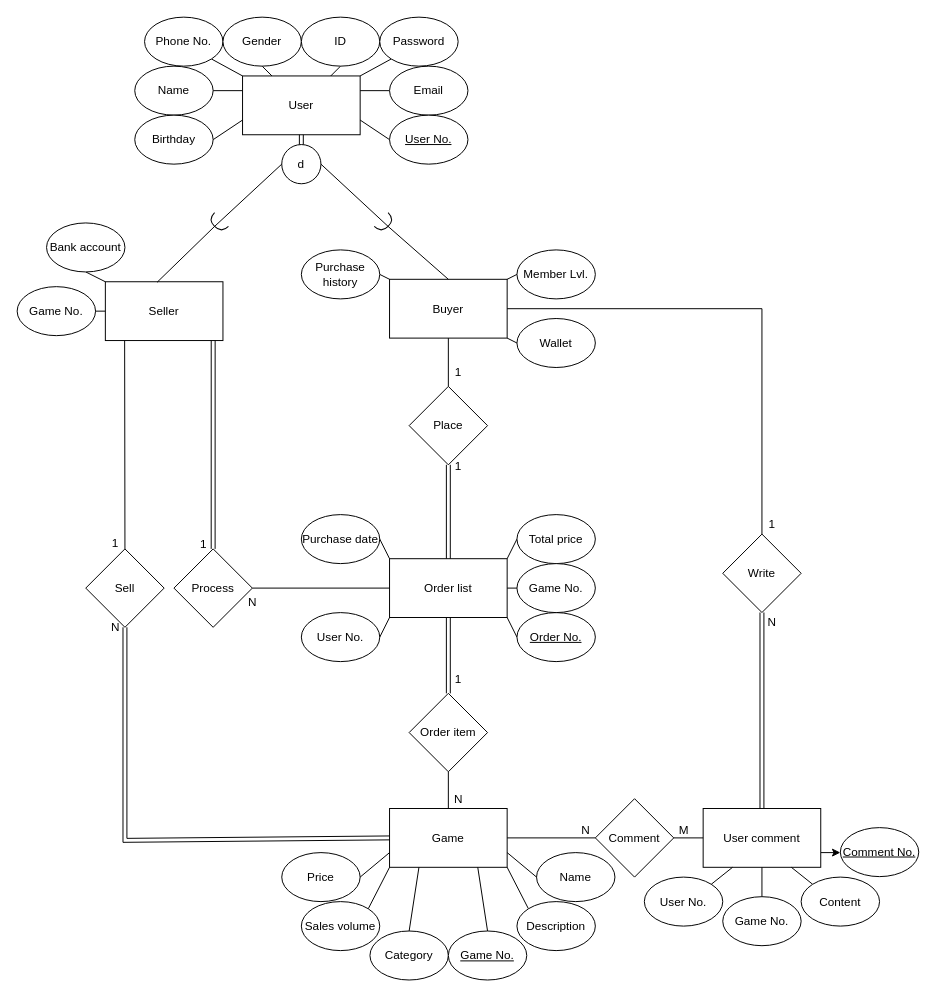
This is page "ER Diagram" (2 of 3) of DBMS.drawio from 13urgerKing/109-1DBMS, a draw.io file, before an edit. Source tidied: cells renumbered, new cells numbered last; positions are measured from the earlier drawing's top-left corner, leaving out a move shared by most shapes. Both pictures are drawn from the tidied source at 98%, with x=0, y=0 at pixel (17, 17).
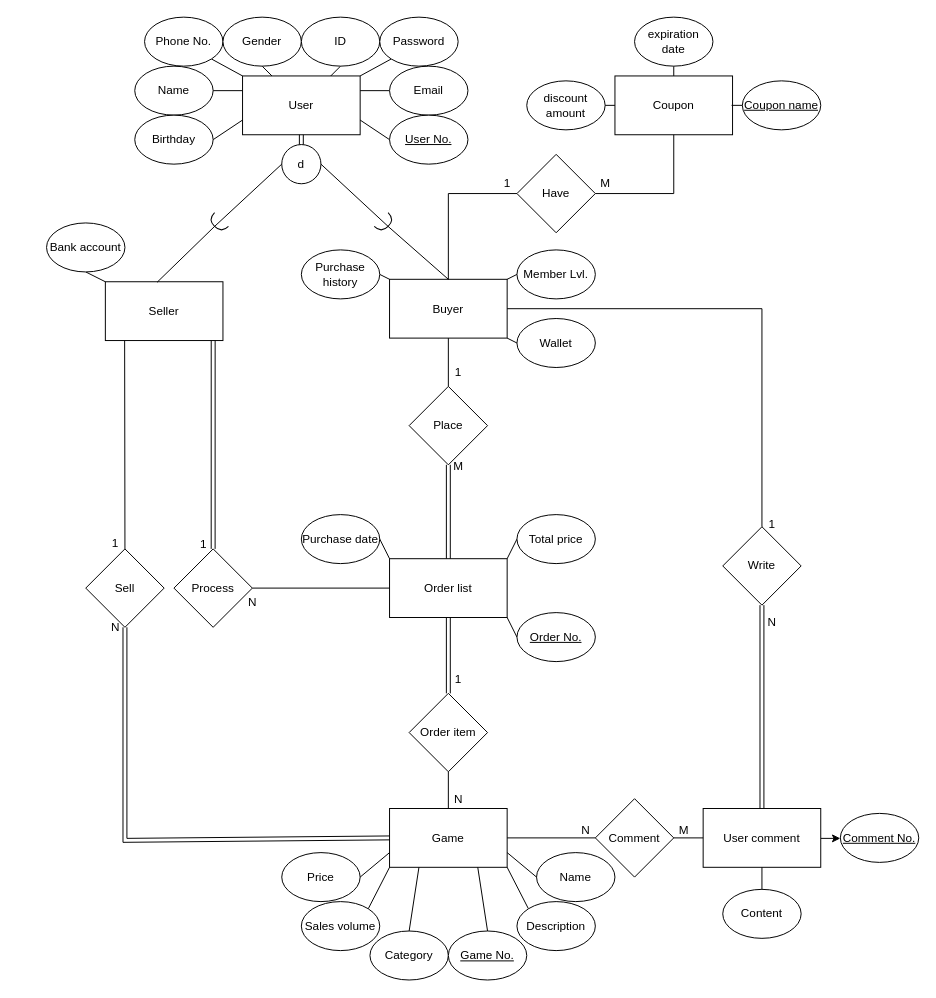
The same page after the edit.

The change refers to these unchanged cells:
```xml
<mxCell id="5" value="Seller" style="rounded=0;whiteSpace=wrap;html=1;" parent="1" vertex="1">
  <mxGeometry x="90" y="270" width="120" height="60" as="geometry" />
</mxCell>
<mxCell id="7" value="Buyer" style="rounded=0;whiteSpace=wrap;html=1;" parent="1" vertex="1">
  <mxGeometry x="380" y="267.5" width="120" height="60" as="geometry" />
</mxCell>
<mxCell id="27" value="Order list" style="rounded=0;whiteSpace=wrap;html=1;" parent="1" vertex="1">
  <mxGeometry x="380" y="552.6" width="120" height="60" as="geometry" />
</mxCell>
<mxCell id="78" value="User comment" style="rounded=0;whiteSpace=wrap;html=1;" parent="1" vertex="1">
  <mxGeometry x="700" y="807.5" width="120" height="60" as="geometry" />
</mxCell>
```

What changed in the source:
```diff
@@
-    <mxCell id="38" style="edgeStyle=none;rounded=0;jettySize=auto;html=1;exitX=1;exitY=0.5;exitDx=0;exitDy=0;entryX=0;entryY=1;entryDx=0;entryDy=0;startArrow=none;startFill=0;endArrow=none;endFill=0;" parent="1" edge="1" source="39" target="27">
-      <mxGeometry x="50" y="-74.9" as="geometry" />
-    </mxCell>
-    <mxCell id="39" value="User No." style="ellipse;whiteSpace=wrap;html=1;" parent="1" vertex="1">
-      <mxGeometry x="290" y="607.6" width="80" height="50" as="geometry" />
-    </mxCell>
@@
-    <mxCell id="59" style="edgeStyle=none;rounded=0;jettySize=auto;html=1;exitX=0;exitY=0.5;exitDx=0;exitDy=0;entryX=1;entryY=0.5;entryDx=0;entryDy=0;endArrow=none;endFill=0;" parent="1" edge="1" source="60" target="27">
-      <mxGeometry relative="1" as="geometry" />
-    </mxCell>
-    <mxCell id="60" value="Game No." style="ellipse;whiteSpace=wrap;html=1;fontStyle=0;" parent="1" vertex="1">
-      <mxGeometry x="510" y="557.6" width="80" height="50" as="geometry" />
-    </mxCell>
@@
-    <mxCell id="70" value="1" style="text;html=1;align=center;verticalAlign=middle;" parent="1" vertex="1">
-      <mxGeometry x="440" y="449.2" width="20" height="20" as="geometry" />
+    <mxCell id="70" value="M" style="text;html=1;align=center;verticalAlign=middle;" parent="1" vertex="1">
+      <mxGeometry x="435" y="449.2" width="30" height="20" as="geometry" />
     </mxCell>
@@
-    <mxCell id="74" style="edgeStyle=none;rounded=0;jettySize=auto;html=1;exitX=1;exitY=0.5;exitDx=0;exitDy=0;entryX=0;entryY=0.5;entryDx=0;entryDy=0;startArrow=none;startFill=0;endArrow=none;endFill=0;" parent="1" edge="1" source="75" target="5">
-      <mxGeometry as="geometry" />
-    </mxCell>
-    <mxCell id="75" value="Game No." style="ellipse;whiteSpace=wrap;html=1;fontStyle=0;" parent="1" vertex="1">
-      <mxGeometry y="275" width="80" height="50" as="geometry" />
-    </mxCell>
-    <mxCell id="76" value="User No." style="ellipse;whiteSpace=wrap;html=1;" parent="1" vertex="1">
-      <mxGeometry x="640" y="877.5" width="80" height="50" as="geometry" />
-    </mxCell>
-    <mxCell id="77" style="edgeStyle=orthogonalEdgeStyle;rounded=0;jettySize=auto;html=1;exitX=1;exitY=0.75;exitDx=0;exitDy=0;entryX=0;entryY=0.5;entryDx=0;entryDy=0;" parent="1" edge="1" source="78" target="97">
-      <mxGeometry relative="1" as="geometry" />
+    <mxCell id="77" style="edgeStyle=orthogonalEdgeStyle;rounded=0;jettySize=auto;html=1;exitX=1;exitY=0.75;exitDx=0;exitDy=0;entryX=0;entryY=0.5;entryDx=0;entryDy=0;" parent="1" edge="1" target="97">
+      <mxGeometry relative="1" as="geometry">
+        <mxPoint x="820" y="838" as="sourcePoint" />
+      </mxGeometry>
     </mxCell>
@@
-    <mxCell id="80" style="edgeStyle=none;rounded=0;jettySize=auto;html=1;exitX=1;exitY=0;exitDx=0;exitDy=0;entryX=0.25;entryY=1;entryDx=0;entryDy=0;endArrow=none;endFill=0;" parent="1" edge="1" source="76" target="78">
-      <mxGeometry x="50" as="geometry" />
-    </mxCell>
-    <mxCell id="81" style="edgeStyle=none;rounded=0;jettySize=auto;html=1;exitX=0.5;exitY=0;exitDx=0;exitDy=0;entryX=0.5;entryY=1;entryDx=0;entryDy=0;endArrow=none;endFill=0;" parent="1" edge="1" source="82" target="78">
-      <mxGeometry x="50" as="geometry" />
-    </mxCell>
-    <mxCell id="82" value="Game No." style="ellipse;whiteSpace=wrap;html=1;fontStyle=0;" parent="1" vertex="1">
-      <mxGeometry x="720" y="897.5" width="80" height="50" as="geometry" />
-    </mxCell>
@@
     <mxCell id="84" value="Write" style="rhombus;whiteSpace=wrap;html=1;" parent="1" vertex="1">
-      <mxGeometry x="720" y="527.5" width="80" height="80" as="geometry" />
+      <mxGeometry x="720" y="520" width="80" height="80" as="geometry" />
     </mxCell>
@@
-    <mxCell id="86" style="edgeStyle=none;rounded=0;jettySize=auto;html=1;exitX=0;exitY=0;exitDx=0;exitDy=0;entryX=0.75;entryY=1;entryDx=0;entryDy=0;endArrow=none;endFill=0;" parent="1" edge="1" source="87" target="78">
+    <mxCell id="86" style="edgeStyle=none;rounded=0;jettySize=auto;html=1;exitX=0.5;exitY=0;exitDx=0;exitDy=0;entryX=0.5;entryY=1;entryDx=0;entryDy=0;endArrow=none;endFill=0;" parent="1" edge="1" source="87" target="78">
       <mxGeometry x="50" as="geometry" />
     </mxCell>
     <mxCell id="87" value="Content" style="ellipse;whiteSpace=wrap;html=1;" parent="1" vertex="1">
-      <mxGeometry x="800" y="877.5" width="80" height="50" as="geometry" />
+      <mxGeometry x="720" y="890" width="80" height="50" as="geometry" />
     </mxCell>
@@
     <mxCell id="97" value="Comment No." style="ellipse;whiteSpace=wrap;html=1;fontStyle=4;" parent="1" vertex="1">
-      <mxGeometry x="840" y="827" width="80" height="50" as="geometry" />
+      <mxGeometry x="840" y="812.5" width="80" height="50" as="geometry" />
     </mxCell>
@@
+    <mxCell id="103" style="edgeStyle=orthogonalEdgeStyle;rounded=0;jettySize=auto;html=1;exitX=0.5;exitY=0;exitDx=0;exitDy=0;entryX=0.5;entryY=1;entryDx=0;entryDy=0;endArrow=none;endFill=0;" parent="1" edge="1" source="104" target="107">
+      <mxGeometry relative="1" as="geometry" />
+    </mxCell>
+    <mxCell id="104" value="Coupon" style="rounded=0;whiteSpace=wrap;html=1;" parent="1" vertex="1">
+      <mxGeometry x="610" y="60" width="120" height="60" as="geometry" />
+    </mxCell>
+    <mxCell id="105" value="&lt;u&gt;Coupon name&lt;/u&gt;" style="ellipse;whiteSpace=wrap;html=1;" parent="1" vertex="1">
+      <mxGeometry x="740" y="65" width="80" height="50" as="geometry" />
+    </mxCell>
+    <mxCell id="106" style="endArrow=none;html=1;entryX=0;entryY=0.5;entryDx=0;entryDy=0;" parent="1" edge="1" target="105">
+      <mxGeometry relative="1" as="geometry">
+        <mxPoint x="729" y="90" as="sourcePoint" />
+      </mxGeometry>
+    </mxCell>
+    <mxCell id="107" value="expiration date" style="ellipse;whiteSpace=wrap;html=1;" parent="1" vertex="1">
+      <mxGeometry x="630" width="80" height="50" as="geometry" />
+    </mxCell>
+    <mxCell id="108" value="discount amount" style="ellipse;whiteSpace=wrap;html=1;" parent="1" vertex="1">
+      <mxGeometry x="520" y="65" width="80" height="50" as="geometry" />
+    </mxCell>
+    <mxCell id="109" style="endArrow=none;html=1;entryX=1;entryY=0.5;entryDx=0;entryDy=0;" parent="1" edge="1" source="104" target="108">
+      <mxGeometry relative="1" as="geometry" />
+    </mxCell>
+    <mxCell id="110" style="edgeStyle=orthogonalEdgeStyle;rounded=0;jettySize=auto;html=1;exitX=0;exitY=0.5;exitDx=0;exitDy=0;entryX=0.5;entryY=0;entryDx=0;entryDy=0;endArrow=none;endFill=0;" parent="1" edge="1" source="112" target="7">
+      <mxGeometry relative="1" as="geometry" />
+    </mxCell>
+    <mxCell id="111" style="edgeStyle=orthogonalEdgeStyle;rounded=0;jettySize=auto;html=1;exitX=1;exitY=0.5;exitDx=0;exitDy=0;entryX=0.5;entryY=1;entryDx=0;entryDy=0;endArrow=none;endFill=0;" parent="1" edge="1" source="112" target="104">
+      <mxGeometry relative="1" as="geometry" />
+    </mxCell>
+    <mxCell id="112" value="Have" style="rhombus;whiteSpace=wrap;html=1;" parent="1" vertex="1">
+      <mxGeometry x="510" y="140" width="80" height="80" as="geometry" />
+    </mxCell>
+    <mxCell id="113" value="1" style="text;html=1;align=center;verticalAlign=middle;" parent="1" vertex="1">
+      <mxGeometry x="490" y="160" width="20" height="20" as="geometry" />
+    </mxCell>
+    <mxCell id="114" value="M" style="text;html=1;align=center;verticalAlign=middle;" parent="1" vertex="1">
+      <mxGeometry x="585" y="160" width="30" height="20" as="geometry" />
+    </mxCell>
```
